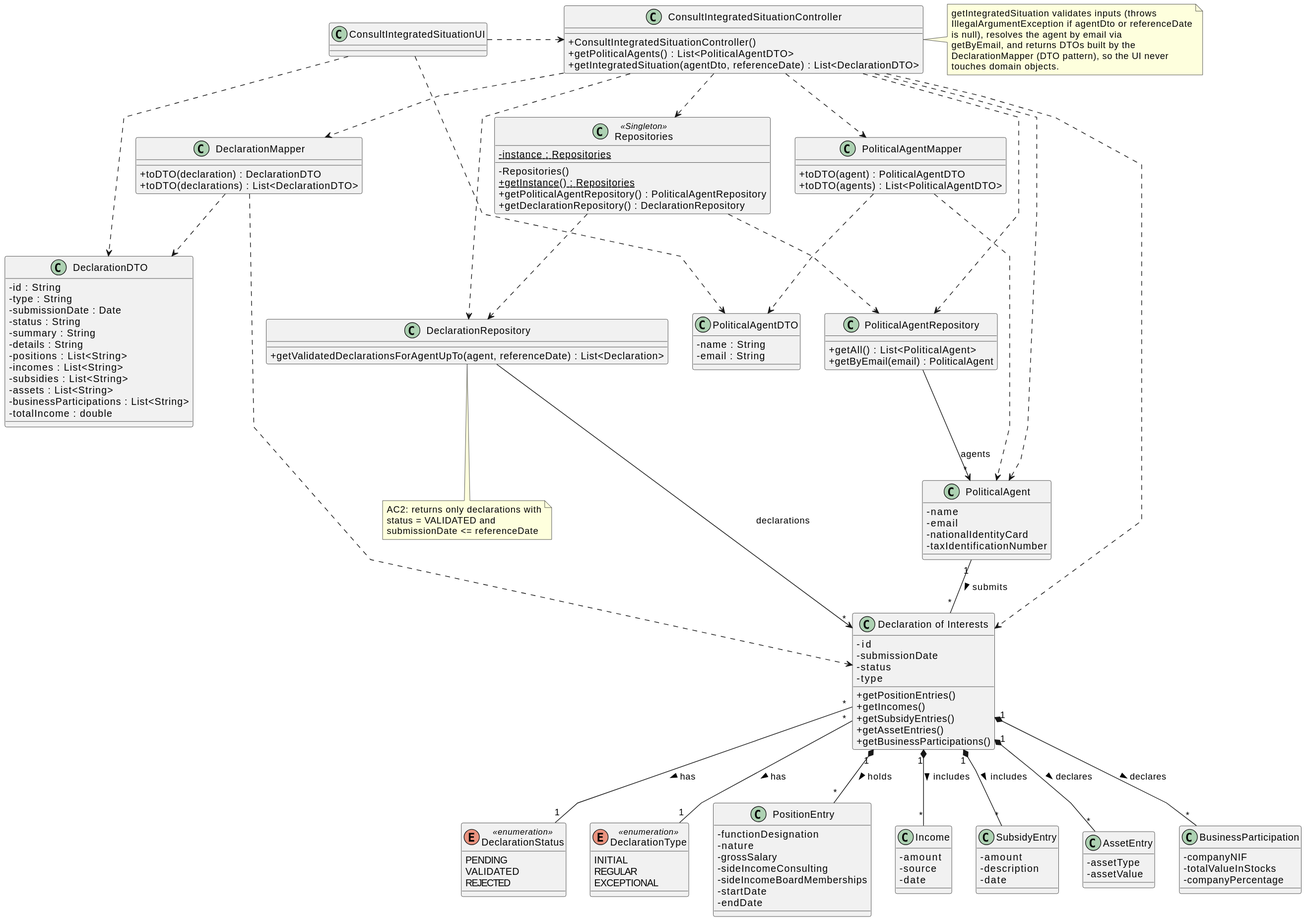
This is docs/system-documentation/US09/03.design/svg/US09-CD.svg from brunodspinto/crystal-clear-platform, a PlantUML export, as it was before one commit.
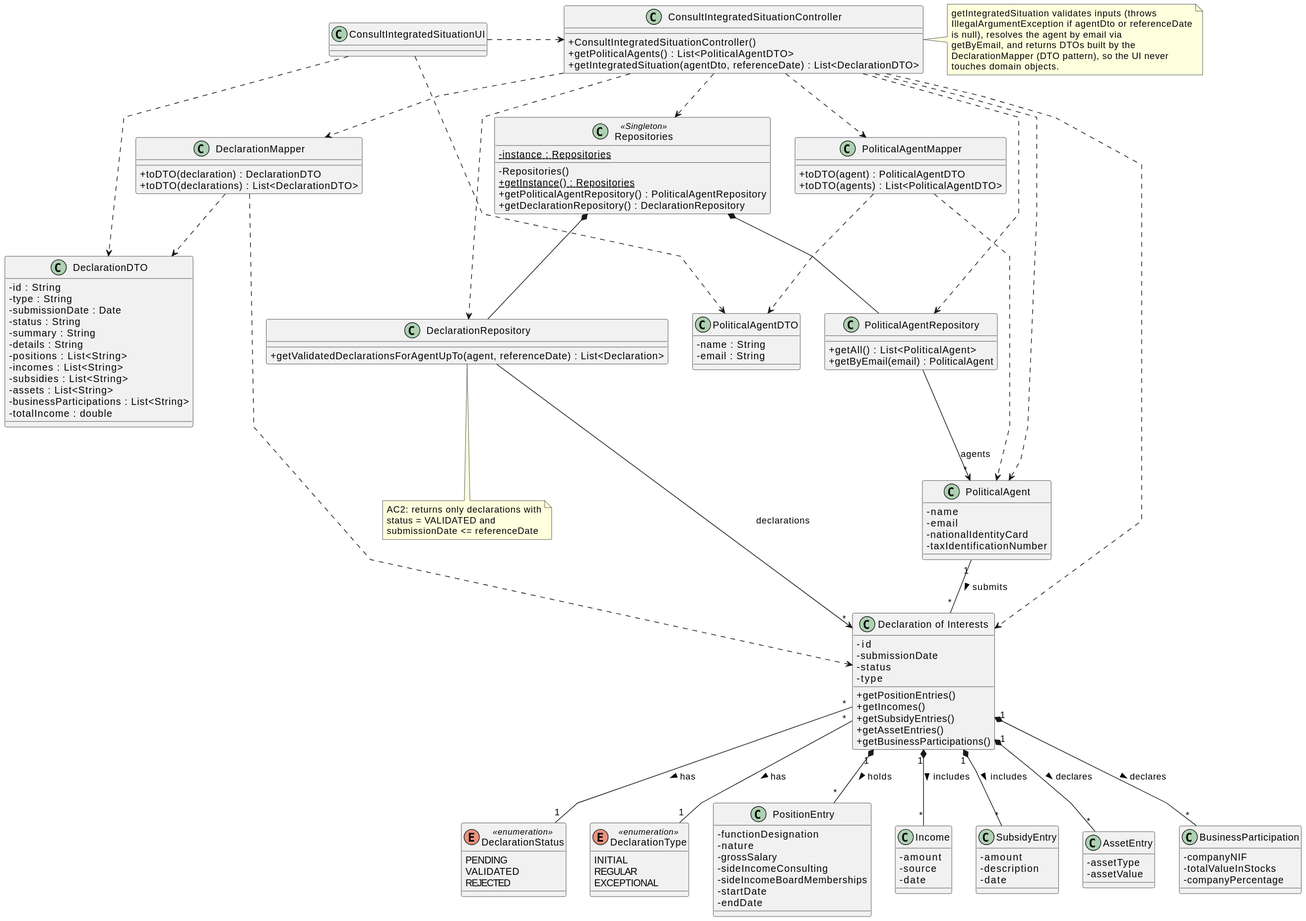
The same file after the commit.

Change to the diagram source:
```diff
@@ -127,8 +127,8 @@
 ConsultIntegratedSituationUI .> ConsultIntegratedSituationController
 
 ConsultIntegratedSituationController ..> Repositories
-Repositories ..> PoliticalAgentRepository
-Repositories ..> DeclarationRepository
+Repositories *-- PoliticalAgentRepository
+Repositories *-- DeclarationRepository
 ConsultIntegratedSituationController ..> PoliticalAgentRepository
 ConsultIntegratedSituationController ..> DeclarationRepository
 ConsultIntegratedSituationController ..> PoliticalAgent
```
